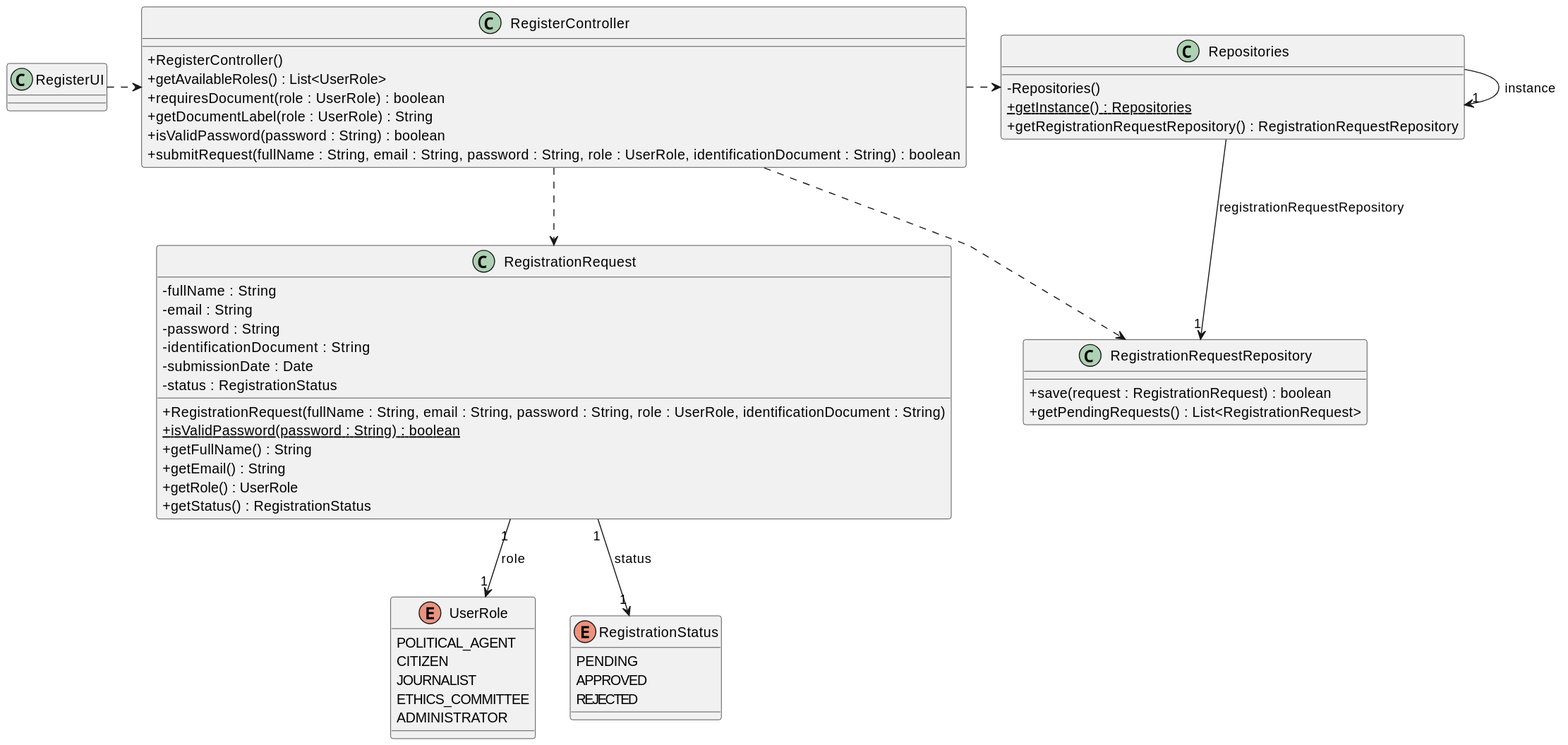
Before: docs/system-documentation/US01/03.design/svg/US01_CD.svg, a diagram exported from PlantUML (brunodspinto/crystal-clear-platform).
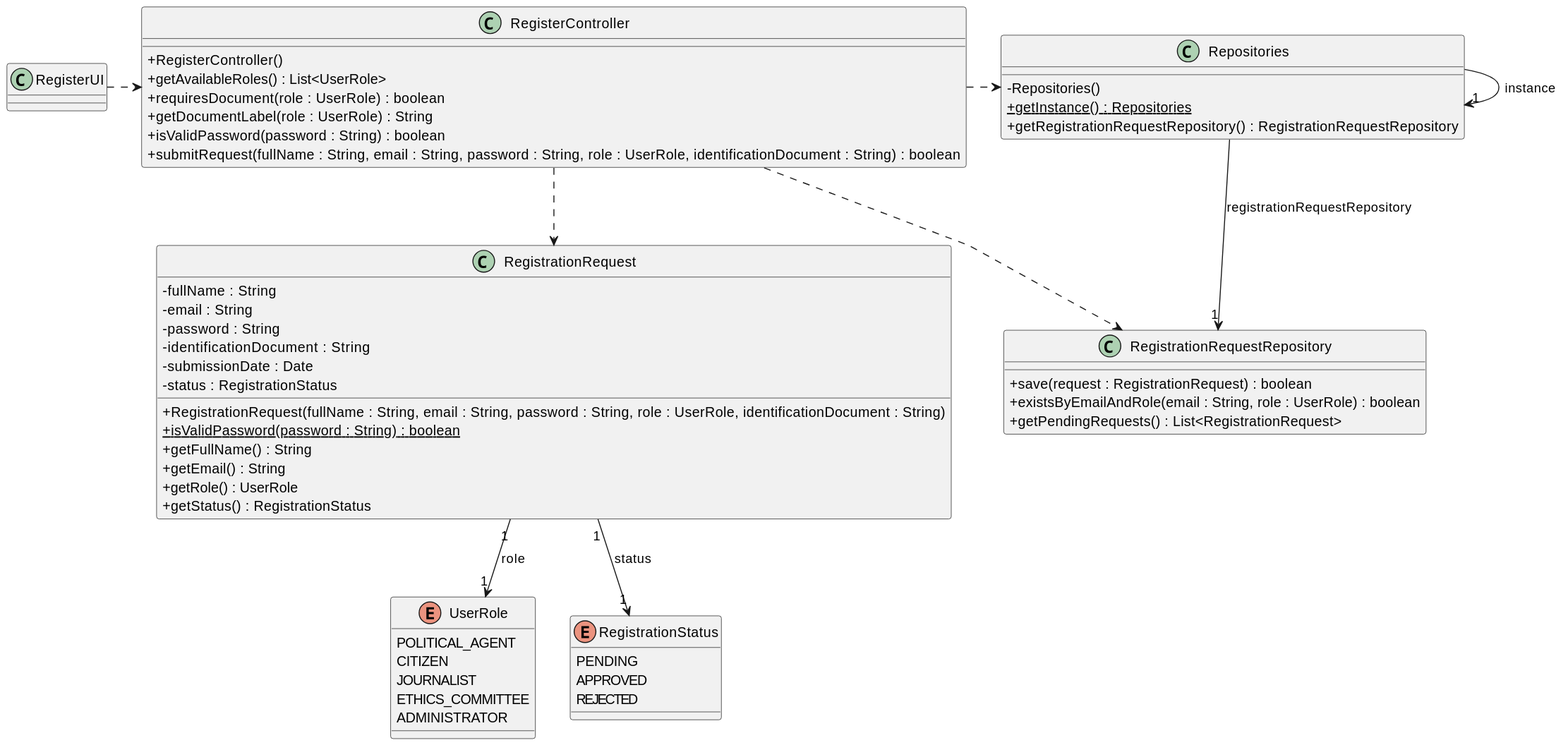
The same file after the commit.

Diff of the diagram source:
```diff
@@ -33,6 +33,7 @@
 
 class RegistrationRequestRepository {
     + save(request : RegistrationRequest) : boolean
+    + existsByEmailAndRole(email : String, role : UserRole) : boolean
     + getPendingRequests() : List<RegistrationRequest>
 }
 
```
